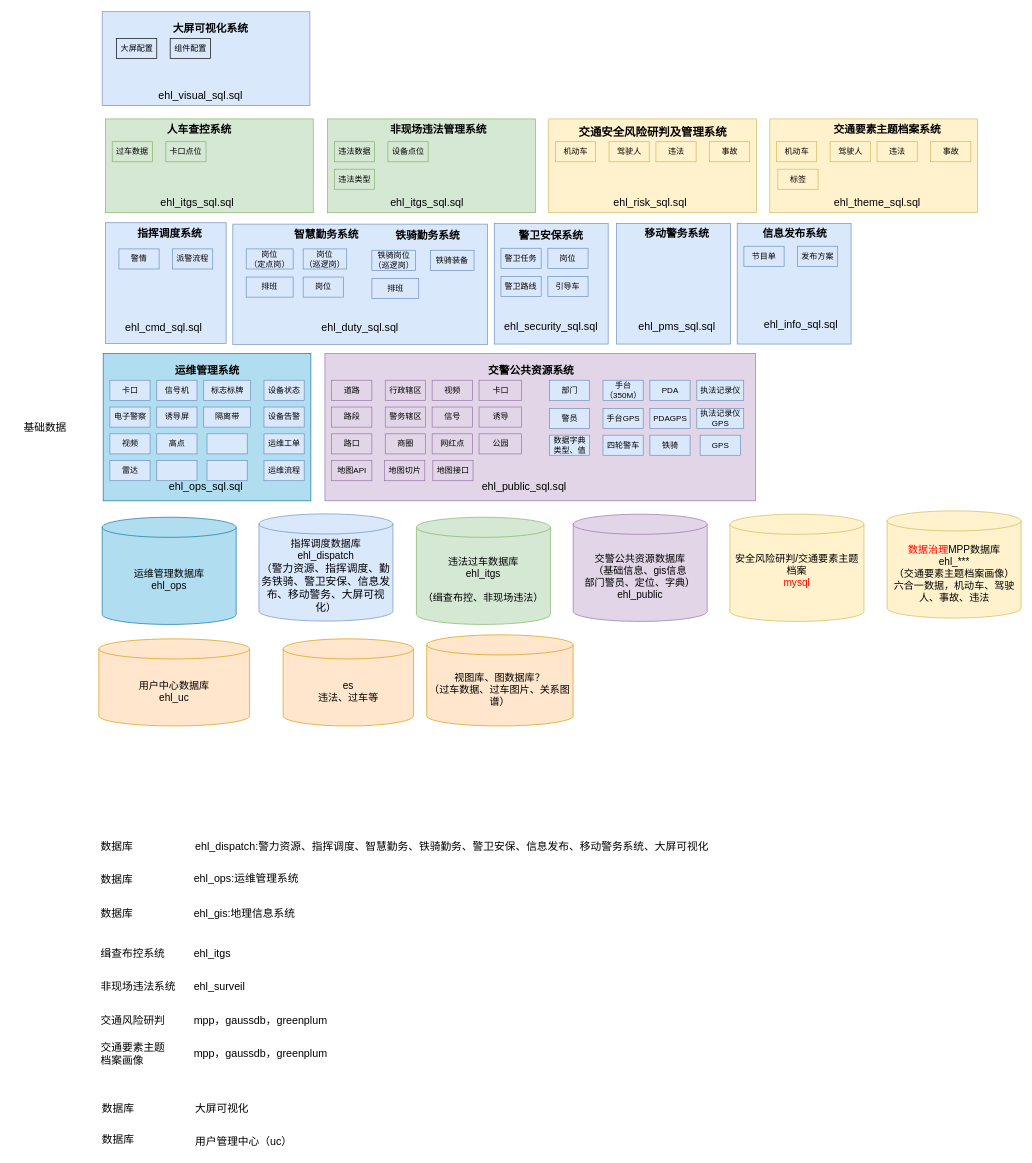
This is page "数据库架构图" (2 of 3) of 应用基线产品架构.drawio from bj-ehualu/drawio, a draw.io file, before an edit. Source tidied: cells renumbered, new cells numbered last; positions are measured from the earlier drawing's top-left corner, leaving out a move shared by most shapes. Both pictures are drawn from the tidied source at 67%, with x=0, y=0 at pixel (11, 11).
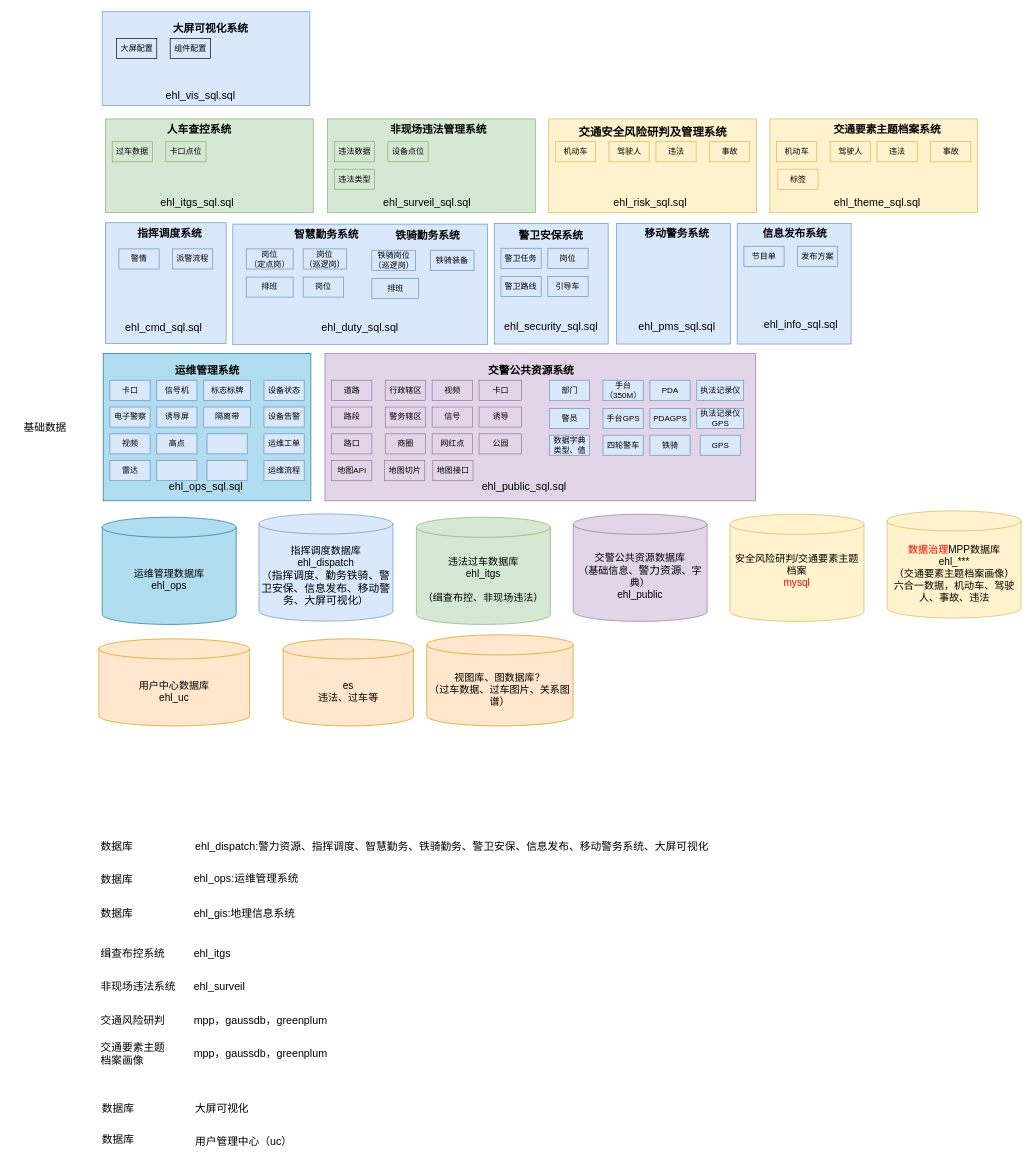
Above is the later version.

Commit message:
更新应用基线产品架构.drawio

Change to the diagram source:
```diff
@@
-    <mxCell id="115" value="指挥调度数据库&lt;div style=&quot;font-size: 15px;&quot;&gt;ehl_dispatch&lt;/div&gt;&lt;div style=&quot;font-size: 15px;&quot;&gt;（&lt;span style=&quot;font-size: 16px; text-align: left; background-color: initial;&quot;&gt;警力资源、指挥调度、勤务铁骑、警卫安保、信息发布、移动警务、大屏可视化&lt;/span&gt;&lt;span style=&quot;background-color: initial;&quot;&gt;）&lt;/span&gt;&lt;/div&gt;" style="shape=cylinder3;whiteSpace=wrap;html=1;boundedLbl=1;backgroundOutline=1;size=15;fontSize=15;fillColor=#dae8fc;strokeColor=#6c8ebf;" parent="1" vertex="1">
+    <mxCell id="115" value="指挥调度数据库&lt;div style=&quot;font-size: 15px;&quot;&gt;ehl_dispatch&lt;/div&gt;&lt;div style=&quot;font-size: 15px;&quot;&gt;（&lt;span style=&quot;font-size: 16px; text-align: left; background-color: initial;&quot;&gt;指挥调度、勤务铁骑、警卫安保、信息发布、移动警务、大屏可视化&lt;/span&gt;&lt;span style=&quot;background-color: initial;&quot;&gt;）&lt;/span&gt;&lt;/div&gt;" style="shape=cylinder3;whiteSpace=wrap;html=1;boundedLbl=1;backgroundOutline=1;size=15;fontSize=15;fillColor=#dae8fc;strokeColor=#6c8ebf;" parent="1" vertex="1">
       <mxGeometry x="369" y="749.5" width="200" height="160" as="geometry" />
     </mxCell>
@@
-    <mxCell id="120" value="交警公共资源数据库&lt;div&gt;（基础信息、gis信息&lt;/div&gt;&lt;div&gt;部门警员、定位、字典）&lt;/div&gt;&lt;div&gt;ehl_public&lt;/div&gt;" style="shape=cylinder3;whiteSpace=wrap;html=1;boundedLbl=1;backgroundOutline=1;size=15;fontSize=15;fillColor=#e1d5e7;strokeColor=#9673a6;" parent="1" vertex="1">
+    <mxCell id="120" value="交警公共资源数据库&lt;div&gt;（基础信息、&lt;span style=&quot;font-size: 16px; text-align: left; background-color: initial;&quot;&gt;警力资源&lt;/span&gt;&lt;span style=&quot;background-color: initial;&quot;&gt;、字典）&lt;/span&gt;&lt;/div&gt;&lt;div&gt;ehl_public&lt;/div&gt;" style="shape=cylinder3;whiteSpace=wrap;html=1;boundedLbl=1;backgroundOutline=1;size=15;fontSize=15;fillColor=#e1d5e7;strokeColor=#9673a6;" parent="1" vertex="1">
       <mxGeometry x="838" y="750" width="200" height="160" as="geometry" />
     </mxCell>
@@
-    <mxCell id="136" value="ehl_itgs_sql.sql" style="text;html=1;align=center;verticalAlign=middle;whiteSpace=wrap;rounded=0;fontSize=16;fillColor=none;strokeColor=none;" parent="1" vertex="1">
+    <mxCell id="136" value="ehl_surveil_sql.sql" style="text;html=1;align=center;verticalAlign=middle;whiteSpace=wrap;rounded=0;fontSize=16;fillColor=none;strokeColor=none;" parent="1" vertex="1">
       <mxGeometry x="550" y="270" width="140" height="30" as="geometry" />
     </mxCell>
@@
-    <mxCell id="138" value="ehl_visual_sql.sql" style="text;html=1;align=center;verticalAlign=middle;whiteSpace=wrap;rounded=0;fontSize=16;fillColor=none;strokeColor=none;" parent="1" vertex="1">
+    <mxCell id="138" value="ehl_vis_sql.sql" style="text;html=1;align=center;verticalAlign=middle;whiteSpace=wrap;rounded=0;fontSize=16;fillColor=none;strokeColor=none;" parent="1" vertex="1">
       <mxGeometry x="211.5" y="110" width="140" height="30" as="geometry" />
     </mxCell>
```
